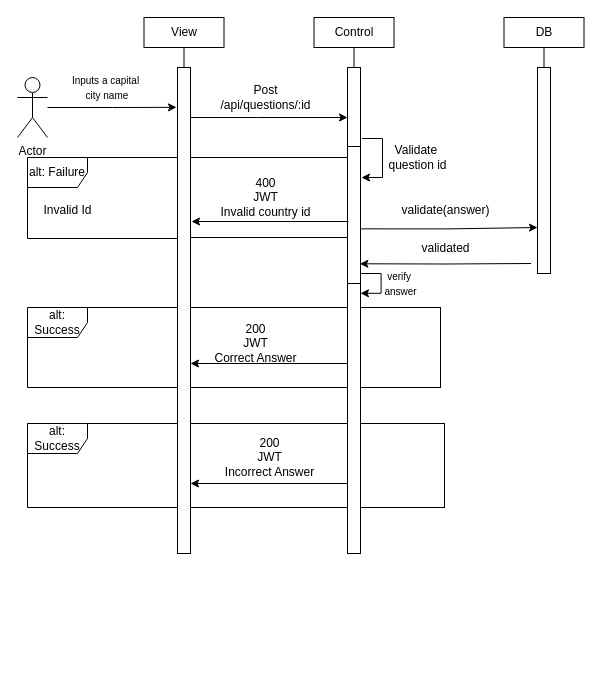
Earlier version of the draw.io diagram Untitled Diagram.drawio (cis350/homework-2-software-design-sequence-diagram-rest-api-Hmucyo). Source tidied: cells renumbered, new cells numbered last; positions are measured from the earlier drawing's top-left corner, leaving out a move shared by most shapes. Both pictures are drawn from the tidied source at 100%, with x=0, y=0 at pixel (17, 17).
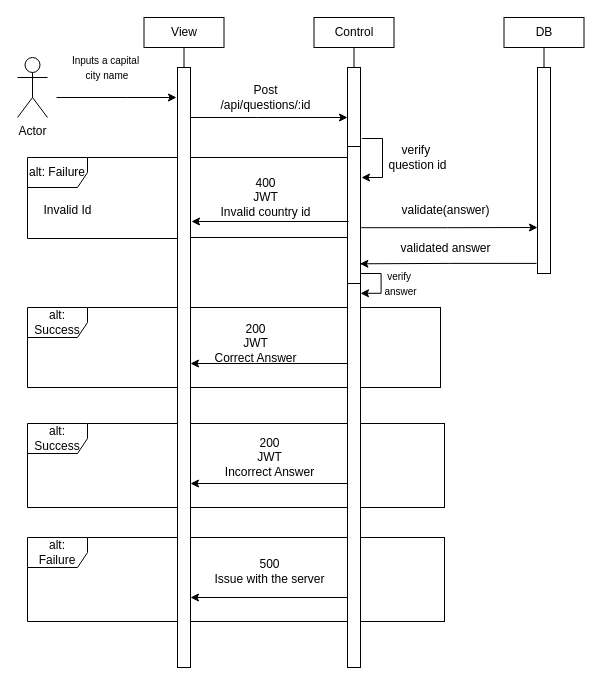
The same diagram, later.

Unchanged cells that the change refers to:
```xml
<mxCell id="14" style="rounded=0;whiteSpace=wrap;html=1;" parent="1" vertex="1">
  <mxGeometry x="520" y="50" width="13" height="206" as="geometry" />
</mxCell>
```

What changed in the source:
```diff
@@
     <mxCell id="5" style="rounded=0;whiteSpace=wrap;html=1;" parent="1" vertex="1">
-      <mxGeometry x="160" y="50" width="13" height="486" as="geometry" />
+      <mxGeometry x="160" y="50" width="13" height="600" as="geometry" />
     </mxCell>
@@
-    <mxCell id="8" style="edgeStyle=orthogonalEdgeStyle;rounded=0;jettySize=auto;html=1;exitX=1.051;exitY=0.332;exitDx=0;exitDy=0;exitPerimeter=0;" parent="1" edge="1" source="10">
-      <mxGeometry relative="1" as="geometry">
-        <mxPoint x="520" y="210" as="targetPoint" />
-      </mxGeometry>
-    </mxCell>
@@
     <mxCell id="10" style="rounded=0;whiteSpace=wrap;html=1;" parent="1" vertex="1">
-      <mxGeometry x="330" y="50" width="13" height="486" as="geometry" />
+      <mxGeometry x="330" y="50" width="13" height="600" as="geometry" />
     </mxCell>
@@
     <mxCell id="16" value="Actor" style="shape=umlActor;verticalLabelPosition=bottom;verticalAlign=top;html=1;outlineConnect=0;" parent="1" vertex="1">
-      <mxGeometry y="60" width="30" height="60" as="geometry" />
+      <mxGeometry y="40" width="30" height="60" as="geometry" />
     </mxCell>
-    <mxCell id="17" style="edgeStyle=orthogonalEdgeStyle;rounded=0;jettySize=auto;html=1;entryX=-0.077;entryY=0.082;entryDx=0;entryDy=0;entryPerimeter=0;" parent="1" edge="1" source="16" target="5">
-      <mxGeometry relative="1" as="geometry" />
+    <mxCell id="17" style="edgeStyle=orthogonalEdgeStyle;rounded=0;orthogonalLoop=1;jettySize=auto;html=1;" parent="1" edge="1">
+      <mxGeometry relative="1" as="geometry">
+        <mxPoint x="39" y="80" as="sourcePoint" />
+        <mxPoint x="159" y="80" as="targetPoint" />
+        <Array as="points">
+          <mxPoint x="109" y="80" />
+          <mxPoint x="109" y="80" />
+        </Array>
+      </mxGeometry>
     </mxCell>
     <mxCell id="18" value="&lt;font style=&quot;font-size: 10px;&quot;&gt;Inputs a capital&lt;/font&gt;&lt;div&gt;&lt;font style=&quot;font-size: 10px;&quot;&gt;&amp;nbsp;city name&lt;/font&gt;&lt;/div&gt;" style="text;html=1;align=center;verticalAlign=middle;strokeColor=none;fillColor=none;" parent="1" vertex="1">
-      <mxGeometry x="43" y="50" width="90" height="40" as="geometry" />
+      <mxGeometry x="43" y="30" width="90" height="40" as="geometry" />
     </mxCell>
@@
-    <mxCell id="21" style="edgeStyle=orthogonalEdgeStyle;rounded=0;orthogonalLoop=1;jettySize=auto;html=1;entryX=0.942;entryY=0.101;entryDx=0;entryDy=0;entryPerimeter=0;" parent="1" edge="1">
+    <mxCell id="21" style="edgeStyle=orthogonalEdgeStyle;rounded=0;jettySize=auto;html=1;entryX=0.942;entryY=0.101;entryDx=0;entryDy=0;entryPerimeter=0;exitX=-0.077;exitY=0.951;exitDx=0;exitDy=0;exitPerimeter=0;" parent="1" edge="1" source="14">
       <mxGeometry relative="1" as="geometry">
-        <mxPoint x="513.6" y="246" as="sourcePoint" />
         <mxPoint x="342.4" y="246.3" as="targetPoint" />
       </mxGeometry>
     </mxCell>
-    <mxCell id="22" value="validated" style="text;html=1;align=center;verticalAlign=middle;strokeColor=none;fillColor=none;" parent="1" vertex="1">
-      <mxGeometry x="393" y="216" width="70" height="30" as="geometry" />
+    <mxCell id="22" value="validated answer" style="text;html=1;align=center;verticalAlign=middle;strokeColor=none;fillColor=none;" parent="1" vertex="1">
+      <mxGeometry x="373" y="216" width="110" height="30" as="geometry" />
     </mxCell>
@@
-    <mxCell id="33" value="Validate&amp;nbsp;&lt;div&gt;question id&lt;/div&gt;" style="text;html=1;align=center;verticalAlign=middle;strokeColor=none;fillColor=none;" parent="1" vertex="1">
+    <mxCell id="33" value="verify&amp;nbsp;&lt;div&gt;question id&lt;/div&gt;" style="text;html=1;align=center;verticalAlign=middle;strokeColor=none;fillColor=none;" parent="1" vertex="1">
       <mxGeometry x="360" y="120" width="80" height="40" as="geometry" />
     </mxCell>
@@
+    <mxCell id="41" style="whiteSpace=wrap;html=1;" parent="1" vertex="1">
+      <mxGeometry x="343" y="520" width="84" height="84" as="geometry" />
+    </mxCell>
+    <mxCell id="42" style="rounded=0;whiteSpace=wrap;html=1;" parent="1" vertex="1">
+      <mxGeometry x="173" y="520" width="157" height="84" as="geometry" />
+    </mxCell>
+    <mxCell id="43" style="edgeStyle=orthogonalEdgeStyle;rounded=0;jettySize=auto;html=1;exitX=1;exitY=0.75;exitDx=0;exitDy=0;" parent="1" edge="1" source="42">
+      <mxGeometry relative="1" as="geometry">
+        <mxPoint x="173" y="580" as="targetPoint" />
+        <Array as="points">
+          <mxPoint x="330" y="580" />
+        </Array>
+      </mxGeometry>
+    </mxCell>
+    <mxCell id="44" value="alt:&lt;div&gt;Failure&lt;/div&gt;" style="shape=umlFrame;whiteSpace=wrap;html=1;" parent="1" vertex="1">
+      <mxGeometry x="10" y="520" width="150" height="84" as="geometry" />
+    </mxCell>
+    <mxCell id="45" value="500&lt;div&gt;Issue with the server&lt;/div&gt;" style="text;html=1;align=center;verticalAlign=middle;strokeColor=none;fillColor=none;" parent="1" vertex="1">
+      <mxGeometry x="186.5" y="534" width="130" height="40" as="geometry" />
+    </mxCell>
+    <mxCell id="46" style="edgeStyle=orthogonalEdgeStyle;rounded=0;jettySize=auto;html=1;exitX=1.061;exitY=0.267;exitDx=0;exitDy=0;exitPerimeter=0;" parent="1" edge="1" source="10">
+      <mxGeometry relative="1" as="geometry">
+        <mxPoint x="520" y="210" as="targetPoint" />
+        <Array as="points">
+          <mxPoint x="430" y="210" />
+        </Array>
+      </mxGeometry>
+    </mxCell>
```
